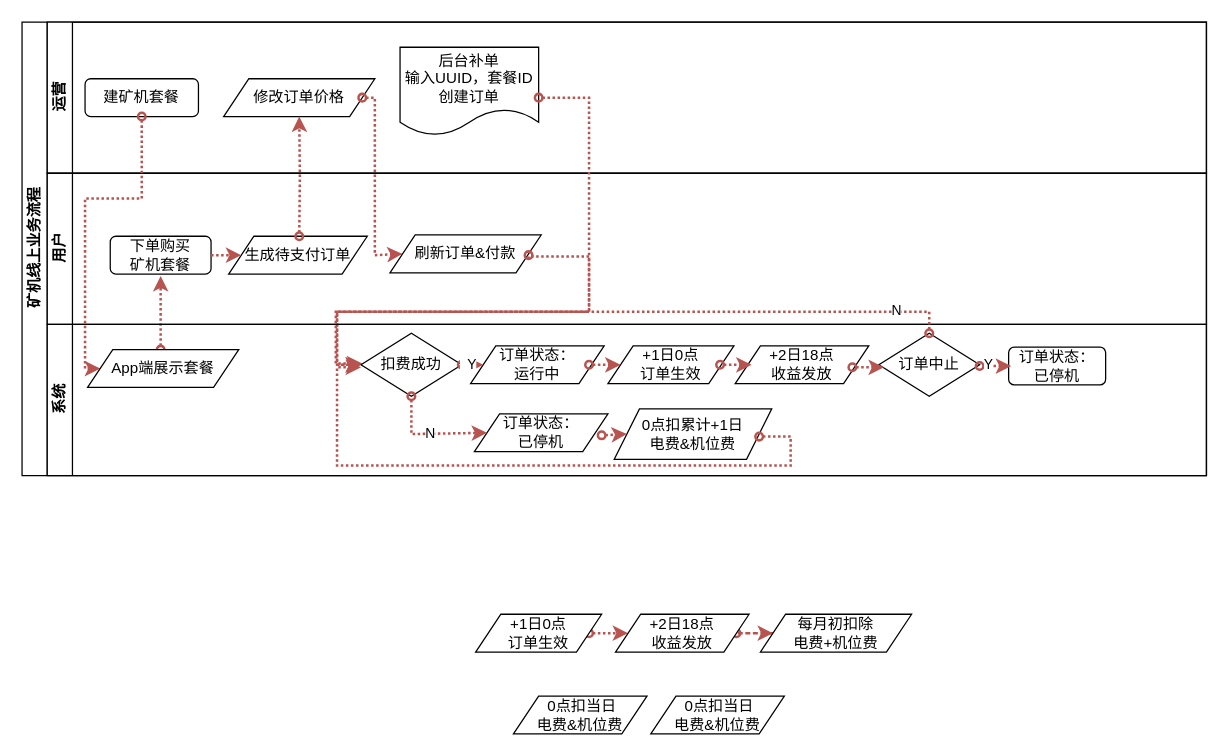
Before: _config.yml/未命名绘图.drawio in neobud/jekyll_demo, a draw.io diagram. Source tidied: cells renumbered, new cells numbered last; positions are measured from the earlier drawing's top-left corner, leaving out a move shared by most shapes. Both pictures are drawn from the tidied source at 126%, with x=0, y=0 at pixel (21, 21).
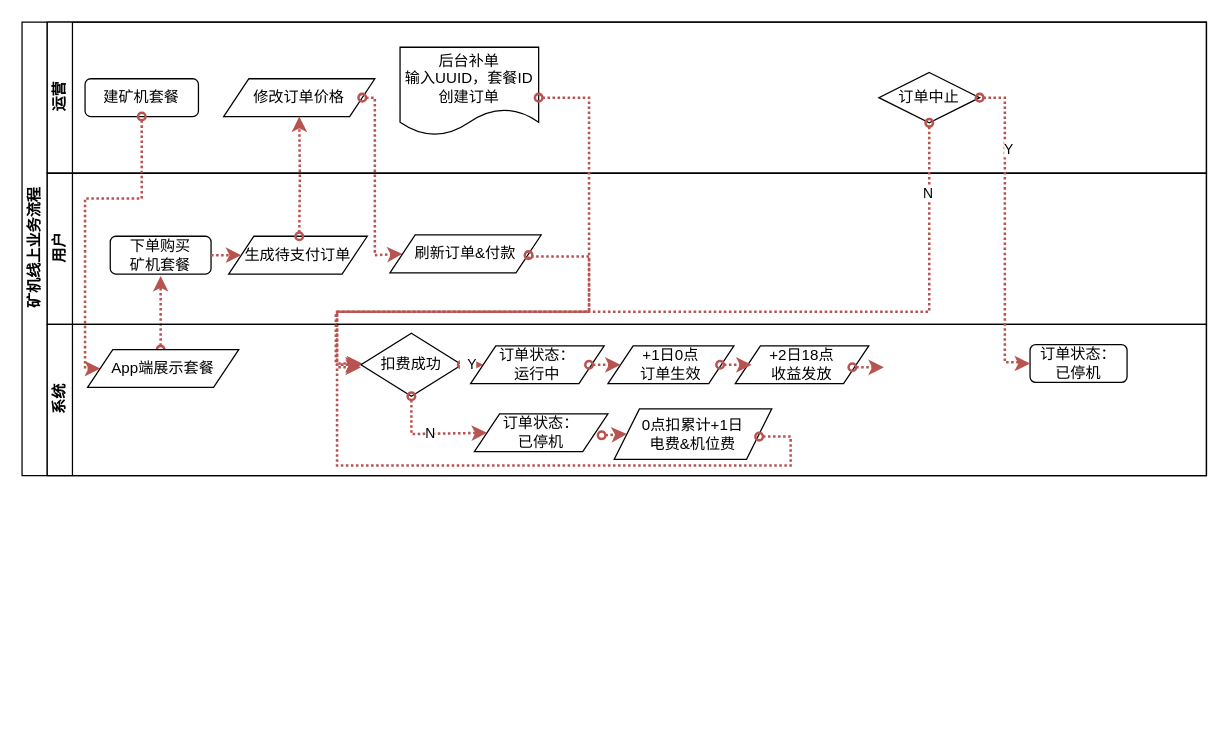
After the change.

Commit message:
更新未命名绘图.drawio

Unchanged cells that the change refers to:
```xml
<mxCell id="2" value="矿机线上业务流程" style="swimlane;html=1;horizontal=0;startSize=20;" parent="1" vertex="1">
  <mxGeometry width="940" height="360" as="geometry" />
</mxCell>
<mxCell id="3" value="运营" style="swimlane;html=1;startSize=20;horizontal=0;" parent="2" vertex="1">
  <mxGeometry x="20" width="920" height="120" as="geometry" />
</mxCell>
<mxCell id="17" value="系统" style="swimlane;html=1;startSize=20;horizontal=0;" parent="2" vertex="1">
  <mxGeometry x="20" y="240" width="920" height="120" as="geometry" />
</mxCell>
<mxCell id="19" value="扣费成功" style="rhombus;whiteSpace=wrap;html=1;" parent="17" vertex="1">
  <mxGeometry x="249" y="7" width="80" height="50" as="geometry" />
</mxCell>
```

The edit, as a diff of the source:
```diff
@@
+    <mxCell id="25" value="订单中止" style="rhombus;whiteSpace=wrap;html=1;" parent="3" vertex="1">
+      <mxGeometry x="660" y="40" width="80" height="40" as="geometry" />
+    </mxCell>
@@
-    <mxCell id="25" value="订单中止" style="rhombus;whiteSpace=wrap;html=1;" parent="17" vertex="1">
-      <mxGeometry x="660" y="7" width="80" height="50" as="geometry" />
-    </mxCell>
@@
     <mxCell id="28" value="订单状态：&lt;br style=&quot;--tw-border-spacing-x: 0; --tw-border-spacing-y: 0; --tw-translate-x: 0; --tw-translate-y: 0; --tw-rotate: 0; --tw-skew-x: 0; --tw-skew-y: 0; --tw-scale-x: 1; --tw-scale-y: 1; --tw-pan-x: ; --tw-pan-y: ; --tw-pinch-zoom: ; --tw-scroll-snap-strictness: proximity; --tw-gradient-from-position: ; --tw-gradient-via-position: ; --tw-gradient-to-position: ; --tw-ordinal: ; --tw-slashed-zero: ; --tw-numeric-figure: ; --tw-numeric-spacing: ; --tw-numeric-fraction: ; --tw-ring-inset: ; --tw-ring-offset-width: 0px; --tw-ring-offset-color: #fff; --tw-ring-color: rgb(59 130 246 / .5); --tw-ring-offset-shadow: 0 0 #0000; --tw-ring-shadow: 0 0 #0000; --tw-shadow: 0 0 #0000; --tw-shadow-colored: 0 0 #0000; --tw-blur: ; --tw-brightness: ; --tw-contrast: ; --tw-grayscale: ; --tw-hue-rotate: ; --tw-invert: ; --tw-saturate: ; --tw-sepia: ; --tw-drop-shadow: ; --tw-backdrop-blur: ; --tw-backdrop-brightness: ; --tw-backdrop-contrast: ; --tw-backdrop-grayscale: ; --tw-backdrop-hue-rotate: ; --tw-backdrop-invert: ; --tw-backdrop-opacity: ; --tw-backdrop-saturate: ; --tw-backdrop-sepia: ; border-color: var(--border-color);&quot;&gt;已停机" style="rounded=1;whiteSpace=wrap;html=1;" parent="17" vertex="1">
-      <mxGeometry x="763" y="18" width="77" height="30" as="geometry" />
+      <mxGeometry x="780" y="16" width="77" height="30" as="geometry" />
     </mxCell>
@@
-    <mxCell id="31" style="edgeStyle=orthogonalEdgeStyle;rounded=0;jettySize=auto;html=1;strokeWidth=2;fillColor=#f8cecc;strokeColor=#b85450;dashed=1;dashPattern=1 1;startArrow=oval;startFill=0;exitX=0.5;exitY=0;exitDx=0;exitDy=0;entryX=0;entryY=0.5;entryDx=0;entryDy=0;" parent="17" edge="1" source="25" target="19">
+    <mxCell id="31" style="edgeStyle=orthogonalEdgeStyle;rounded=0;jettySize=auto;html=1;strokeWidth=2;fillColor=#f8cecc;strokeColor=#b85450;dashed=1;dashPattern=1 1;startArrow=oval;startFill=0;entryX=0;entryY=0.5;entryDx=0;entryDy=0;exitX=0.5;exitY=1;exitDx=0;exitDy=0;" parent="2" edge="1" source="25" target="19">
       <mxGeometry relative="1" as="geometry">
         <Array as="points">
-          <mxPoint x="700" y="-10" />
-          <mxPoint x="229" y="-10" />
-          <mxPoint x="229" y="32" />
+          <mxPoint x="720" y="230" />
+          <mxPoint x="249" y="230" />
+          <mxPoint x="249" y="272" />
         </Array>
       </mxGeometry>
     </mxCell>
@@
+    <mxCell id="44" style="edgeStyle=orthogonalEdgeStyle;rounded=0;jettySize=auto;html=1;strokeWidth=2;fillColor=#f8cecc;strokeColor=#b85450;dashed=1;dashPattern=1 1;startArrow=oval;startFill=0;exitX=1;exitY=0.5;exitDx=0;exitDy=0;entryX=0;entryY=0.5;entryDx=0;entryDy=0;" parent="2" edge="1" source="25" target="28">
+      <mxGeometry relative="1" as="geometry">
+        <Array as="points">
+          <mxPoint x="780" y="60" />
+          <mxPoint x="780" y="270" />
+          <mxPoint x="790" y="270" />
+          <mxPoint x="790" y="271" />
+        </Array>
+      </mxGeometry>
+    </mxCell>
+    <mxCell id="45" value="Y" style="edgeLabel;html=1;align=center;verticalAlign=middle;" parent="44" vertex="1">
+      <mxGeometry x="-0.52" y="2" relative="1" as="geometry" />
+    </mxCell>
@@
-    <mxCell id="34" value="&amp;nbsp;0点扣当日&lt;br&gt;电费&amp;amp;机位费" style="shape=parallelogram;perimeter=parallelogramPerimeter;whiteSpace=wrap;html=1;fixedSize=1;" parent="1" vertex="1">
-      <mxGeometry x="390" y="535" width="106" height="30" as="geometry" />
-    </mxCell>
-    <mxCell id="35" value="&amp;nbsp;0点扣当日&lt;br style=&quot;--tw-border-spacing-x: 0; --tw-border-spacing-y: 0; --tw-translate-x: 0; --tw-translate-y: 0; --tw-rotate: 0; --tw-skew-x: 0; --tw-skew-y: 0; --tw-scale-x: 1; --tw-scale-y: 1; --tw-pan-x: ; --tw-pan-y: ; --tw-pinch-zoom: ; --tw-scroll-snap-strictness: proximity; --tw-gradient-from-position: ; --tw-gradient-via-position: ; --tw-gradient-to-position: ; --tw-ordinal: ; --tw-slashed-zero: ; --tw-numeric-figure: ; --tw-numeric-spacing: ; --tw-numeric-fraction: ; --tw-ring-inset: ; --tw-ring-offset-width: 0px; --tw-ring-offset-color: #fff; --tw-ring-color: rgb(59 130 246 / .5); --tw-ring-offset-shadow: 0 0 #0000; --tw-ring-shadow: 0 0 #0000; --tw-shadow: 0 0 #0000; --tw-shadow-colored: 0 0 #0000; --tw-blur: ; --tw-brightness: ; --tw-contrast: ; --tw-grayscale: ; --tw-hue-rotate: ; --tw-invert: ; --tw-saturate: ; --tw-sepia: ; --tw-drop-shadow: ; --tw-backdrop-blur: ; --tw-backdrop-brightness: ; --tw-backdrop-contrast: ; --tw-backdrop-grayscale: ; --tw-backdrop-hue-rotate: ; --tw-backdrop-invert: ; --tw-backdrop-opacity: ; --tw-backdrop-saturate: ; --tw-backdrop-sepia: ; border-color: var(--border-color);&quot;&gt;电费&amp;amp;机位费" style="shape=parallelogram;perimeter=parallelogramPerimeter;whiteSpace=wrap;html=1;fixedSize=1;" parent="1" vertex="1">
-      <mxGeometry x="499" y="535" width="106" height="30" as="geometry" />
-    </mxCell>
-    <mxCell id="36" style="edgeStyle=orthogonalEdgeStyle;rounded=0;jettySize=auto;html=1;dashed=1;dashPattern=1 1;strokeWidth=2;fillColor=#f8cecc;strokeColor=#b85450;startArrow=oval;startFill=0;" parent="1" edge="1" source="37" target="39">
-      <mxGeometry relative="1" as="geometry">
-        <Array as="points">
-          <mxPoint x="460" y="485" />
-          <mxPoint x="460" y="485" />
-        </Array>
-      </mxGeometry>
-    </mxCell>
-    <mxCell id="37" value="+1日0点&lt;br&gt;订单生效" style="shape=parallelogram;perimeter=parallelogramPerimeter;whiteSpace=wrap;html=1;fixedSize=1;" parent="1" vertex="1">
-      <mxGeometry x="360" y="470" width="100" height="30" as="geometry" />
-    </mxCell>
-    <mxCell id="38" style="edgeStyle=orthogonalEdgeStyle;rounded=0;jettySize=auto;html=1;dashed=1;dashPattern=1 2;strokeWidth=2;fillColor=#f8cecc;strokeColor=#b85450;startArrow=oval;startFill=0;" parent="1" edge="1" source="39" target="40">
-      <mxGeometry relative="1" as="geometry" />
-    </mxCell>
-    <mxCell id="39" value="+2日18点&lt;br&gt;收益发放" style="shape=parallelogram;perimeter=parallelogramPerimeter;whiteSpace=wrap;html=1;fixedSize=1;" parent="1" vertex="1">
-      <mxGeometry x="471" y="470" width="106" height="30" as="geometry" />
-    </mxCell>
-    <mxCell id="40" value="每月初扣除&lt;br&gt;电费+机位费" style="shape=parallelogram;perimeter=parallelogramPerimeter;whiteSpace=wrap;html=1;fixedSize=1;" parent="1" vertex="1">
-      <mxGeometry x="586" y="470" width="120" height="30" as="geometry" />
-    </mxCell>
@@
-    <mxCell id="44" style="edgeStyle=orthogonalEdgeStyle;rounded=0;orthogonalLoop=1;jettySize=auto;html=1;strokeWidth=2;fillColor=#f8cecc;strokeColor=#b85450;dashed=1;dashPattern=1 1;startArrow=oval;startFill=0;entryX=0;entryY=0.5;entryDx=0;entryDy=0;" parent="1" edge="1">
-      <mxGeometry relative="1" as="geometry">
-        <mxPoint x="760" y="273" as="sourcePoint" />
-        <mxPoint x="785" y="273" as="targetPoint" />
-      </mxGeometry>
-    </mxCell>
-    <mxCell id="45" value="Y" style="edgeLabel;html=1;align=center;verticalAlign=middle;" parent="44" vertex="1">
-      <mxGeometry x="-0.52" y="2" relative="1" as="geometry" />
-    </mxCell>
```
